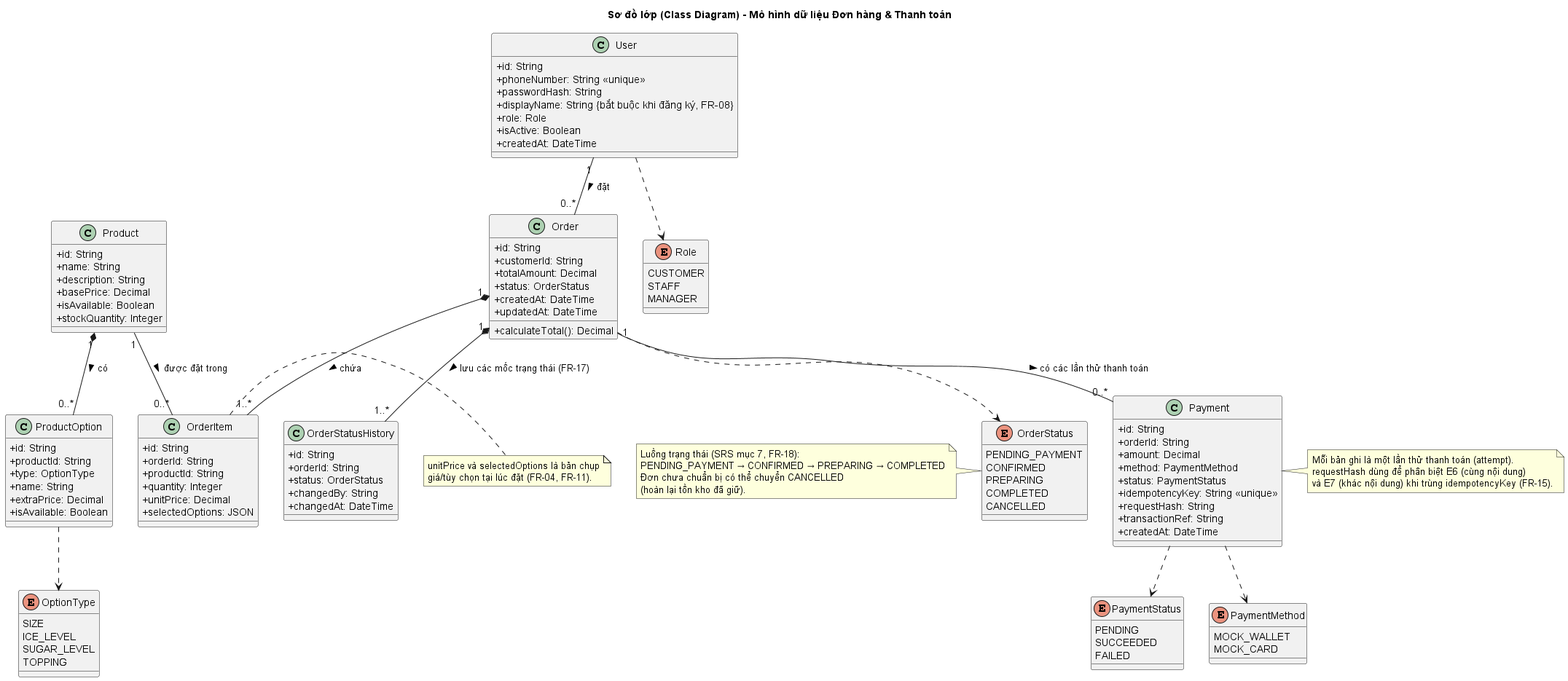
Above: docs/diagram/exports/Class_Diagram_Model.png in nguyenmintam23-z/BrewLite (PlantUML), before the change. Source of this version:
```plantuml
@startuml Class_Diagram_Model
skinparam classAttributeIconSize 0
skinparam monochrome false

title Sơ đồ lớp (Class Diagram) - Mô hình dữ liệu Đơn hàng & Thanh toán

enum Role {
  CUSTOMER
  STAFF
  MANAGER
}

enum OrderStatus {
  PENDING_PAYMENT
  CONFIRMED
  PREPARING
  COMPLETED
  CANCELLED
}

enum PaymentStatus {
  PENDING
  SUCCEEDED
  FAILED
}

enum PaymentMethod {
  MOCK_WALLET
  MOCK_CARD
}

enum OptionType {
  SIZE
  ICE_LEVEL
  SUGAR_LEVEL
  TOPPING
}

class User {
  +id: String
  +phoneNumber: String <<unique>>
  +passwordHash: String
  +displayName: String {bắt buộc khi đăng ký, FR-08}
  +role: Role
  +isActive: Boolean
  +createdAt: DateTime
}

class Product {
  +id: String
  +name: String
  +description: String
  +basePrice: Decimal
  +isAvailable: Boolean
  +stockQuantity: Integer
}

class ProductOption {
  +id: String
  +productId: String
  +type: OptionType
  +name: String
  +extraPrice: Decimal
  +isAvailable: Boolean
}

class Order {
  +id: String
  +customerId: String
  +totalAmount: Decimal
  +status: OrderStatus
  +createdAt: DateTime
  +updatedAt: DateTime
  +calculateTotal(): Decimal
}

class OrderItem {
  +id: String
  +orderId: String
  +productId: String
  +quantity: Integer
  +unitPrice: Decimal
  +selectedOptions: JSON
}

class OrderStatusHistory {
  +id: String
  +orderId: String
  +status: OrderStatus
  +changedBy: String
  +changedAt: DateTime
}

class Payment {
  +id: String
  +orderId: String
  +amount: Decimal
  +method: PaymentMethod
  +status: PaymentStatus
  +idempotencyKey: String <<unique>>
  +requestHash: String
  +transactionRef: String
  +createdAt: DateTime
}

note right of OrderItem
  unitPrice và selectedOptions là bản chụp
  giá/tùy chọn tại lúc đặt (FR-04, FR-11).
end note

note left of OrderStatus
  Luồng trạng thái (SRS mục 7, FR-18):
  PENDING_PAYMENT → CONFIRMED → PREPARING → COMPLETED
  Đơn chưa chuẩn bị có thể chuyển CANCELLED
  (hoàn lại tồn kho đã giữ).
end note

note right of Payment
  Mỗi bản ghi là một lần thử thanh toán (attempt).
  requestHash dùng để phân biệt E6 (cùng nội dung)
  và E7 (khác nội dung) khi trùng idempotencyKey (FR-15).
end note

User "1" -- "0..*" Order : đặt >
Order "1" *-- "1..*" OrderItem : chứa >
Product "1" -- "0..*" OrderItem : được đặt trong >
Product "1" *-- "0..*" ProductOption : có >
Order "1" -- "0..*" Payment : có các lần thử thanh toán >
Order "1" *-- "1..*" OrderStatusHistory : lưu các mốc trạng thái (FR-17) >
User ..> Role
Order ..> OrderStatus
Payment ..> PaymentStatus
Payment ..> PaymentMethod
ProductOption ..> OptionType

@enduml
```
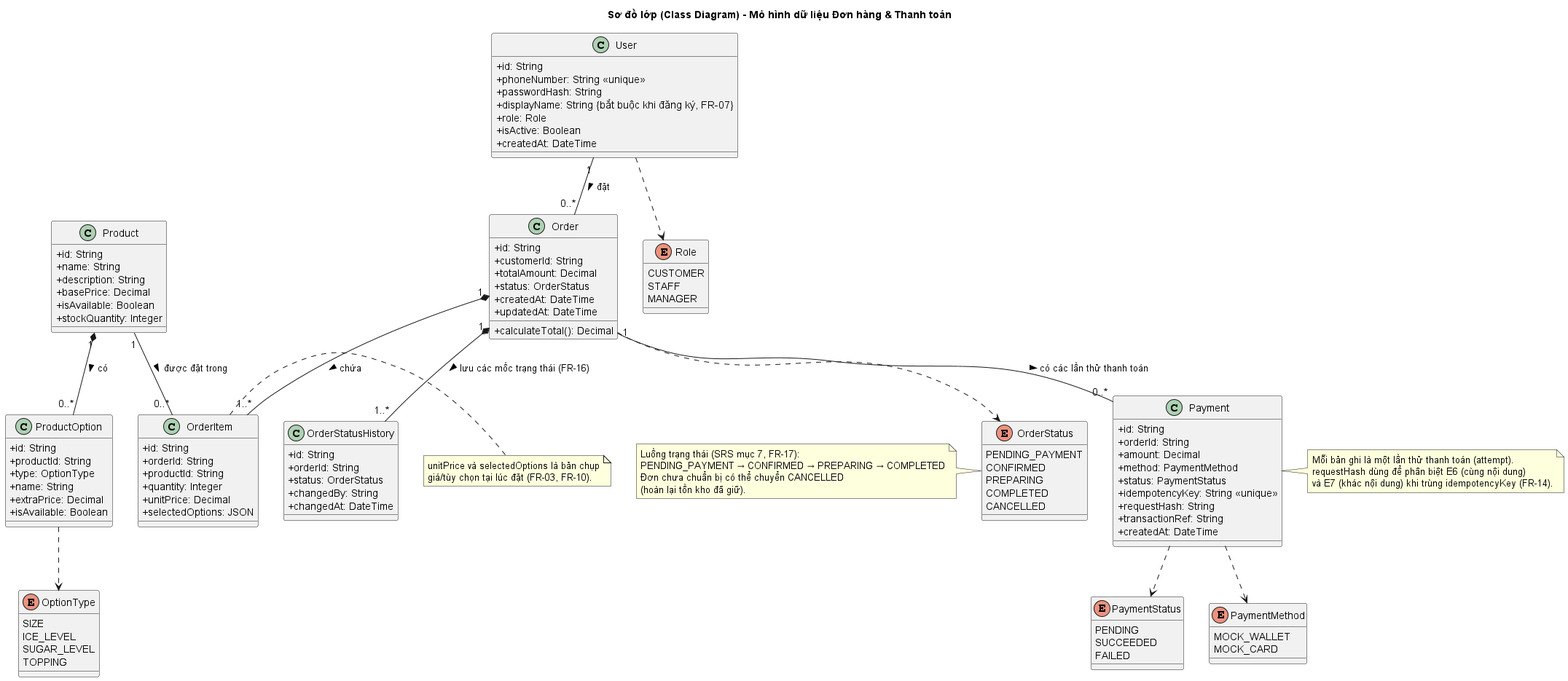
Later version of the same file.

Diff of the diagram source:
```diff
@@ -40,7 +40,7 @@
   +id: String
   +phoneNumber: String <<unique>>
   +passwordHash: String
-  +displayName: String {bắt buộc khi đăng ký, FR-08}
+  +displayName: String {bắt buộc khi đăng ký, FR-07}
   +role: Role
   +isActive: Boolean
   +createdAt: DateTime
@@ -105,11 +105,11 @@
 
 note right of OrderItem
   unitPrice và selectedOptions là bản chụp
-  giá/tùy chọn tại lúc đặt (FR-04, FR-11).
+  giá/tùy chọn tại lúc đặt (FR-03, FR-10).
 end note
 
 note left of OrderStatus
-  Luồng trạng thái (SRS mục 7, FR-18):
+  Luồng trạng thái (SRS mục 7, FR-17):
   PENDING_PAYMENT → CONFIRMED → PREPARING → COMPLETED
   Đơn chưa chuẩn bị có thể chuyển CANCELLED
   (hoàn lại tồn kho đã giữ).
@@ -118,7 +118,7 @@
 note right of Payment
   Mỗi bản ghi là một lần thử thanh toán (attempt).
   requestHash dùng để phân biệt E6 (cùng nội dung)
-  và E7 (khác nội dung) khi trùng idempotencyKey (FR-15).
+  và E7 (khác nội dung) khi trùng idempotencyKey (FR-14).
 end note
 
 User "1" -- "0..*" Order : đặt >
@@ -126,7 +126,7 @@
 Product "1" -- "0..*" OrderItem : được đặt trong >
 Product "1" *-- "0..*" ProductOption : có >
 Order "1" -- "0..*" Payment : có các lần thử thanh toán >
-Order "1" *-- "1..*" OrderStatusHistory : lưu các mốc trạng thái (FR-17) >
+Order "1" *-- "1..*" OrderStatusHistory : lưu các mốc trạng thái (FR-16) >
 User ..> Role
 Order ..> OrderStatus
 Payment ..> PaymentStatus
```
